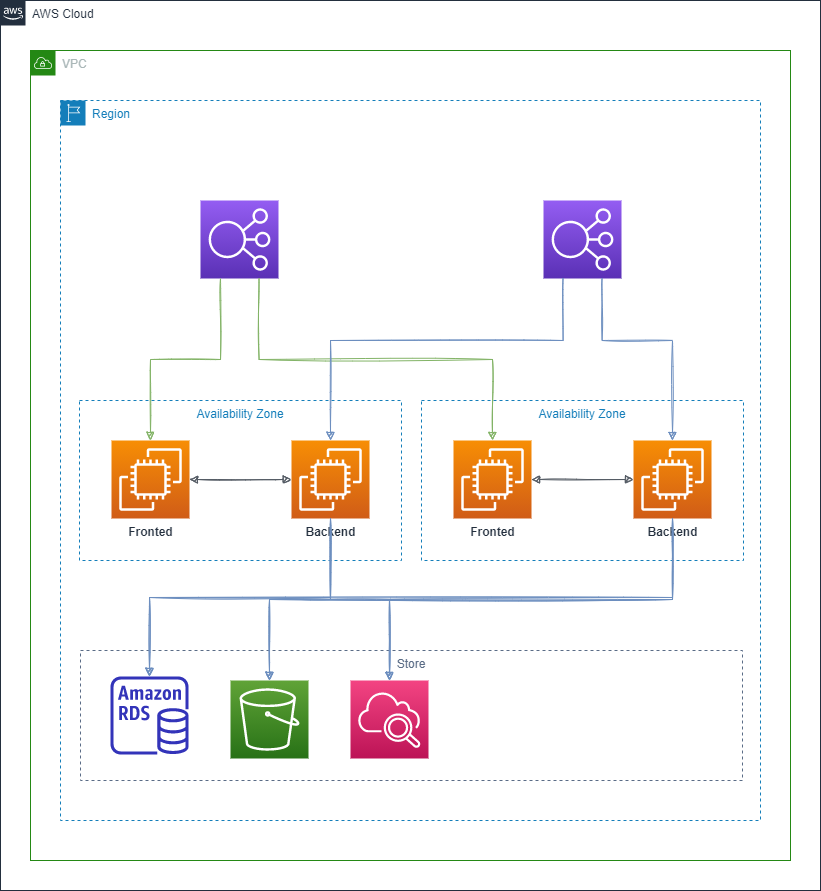
Earlier version of the draw.io export AWS Infra Artchitecture Diagram.png (chankamlam/demo). Source tidied: cells renumbered, new cells last; positions are measured from the earlier drawing's top-left corner, leaving out a move shared by most shapes.
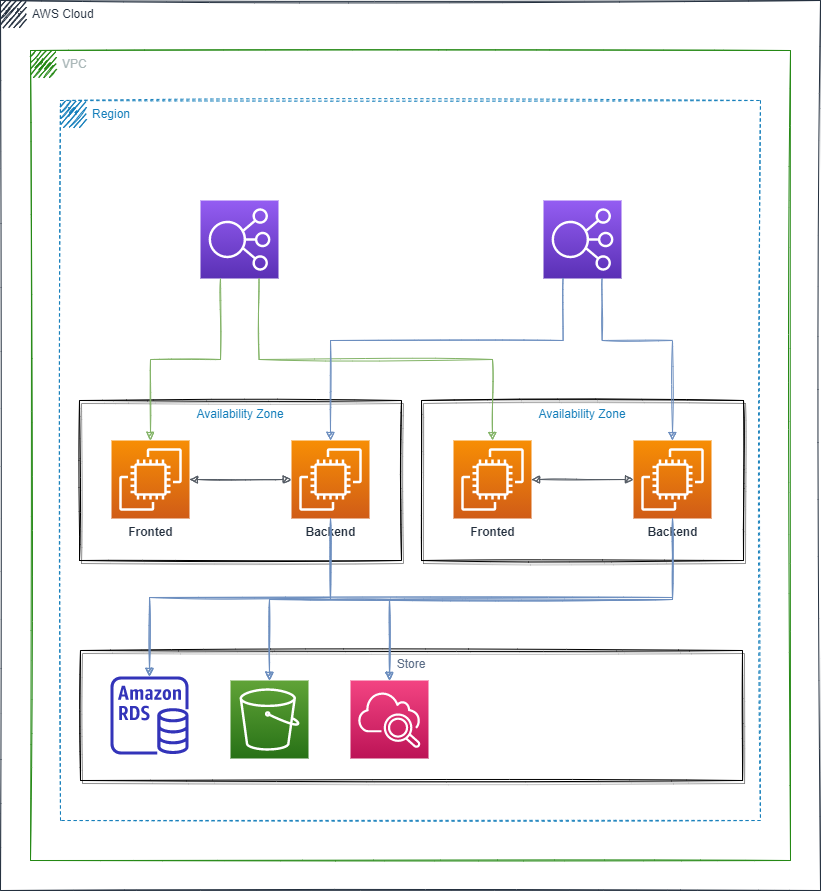
After the change.

Diff of the diagram source:
```diff
@@ -2,16 +2,16 @@
   <root>
     <mxCell id="0" />
     <mxCell id="1" parent="0" />
-    <mxCell id="2" value="AWS Cloud" style="gradientColor=none;html=1;whiteSpace=wrap;fontSize=12;fontStyle=0;shape=mxgraph.aws4.group;grIcon=mxgraph.aws4.group_aws_cloud_alt;strokeColor=#232F3E;fillColor=none;verticalAlign=top;align=left;spacingLeft=30;fontColor=#232F3E;dashed=0;" parent="1" vertex="1">
+    <mxCell id="2" value="AWS Cloud" style="gradientColor=none;html=1;whiteSpace=wrap;fontSize=12;fontStyle=0;shape=mxgraph.aws4.group;grIcon=mxgraph.aws4.group_aws_cloud_alt;strokeColor=#232F3E;fillColor=none;verticalAlign=top;align=left;spacingLeft=30;fontColor=#232F3E;dashed=0;sketch=1;shadow=0;" parent="1" vertex="1">
       <mxGeometry width="820" height="890" as="geometry" />
     </mxCell>
-    <mxCell id="3" value="VPC" style="gradientColor=none;html=1;whiteSpace=wrap;fontSize=12;fontStyle=0;shape=mxgraph.aws4.group;grIcon=mxgraph.aws4.group_vpc;strokeColor=#248814;fillColor=none;verticalAlign=top;align=left;spacingLeft=30;fontColor=#AAB7B8;dashed=0;" parent="1" vertex="1">
+    <mxCell id="3" value="VPC" style="gradientColor=none;html=1;whiteSpace=wrap;fontSize=12;fontStyle=0;shape=mxgraph.aws4.group;grIcon=mxgraph.aws4.group_vpc;strokeColor=#248814;fillColor=none;verticalAlign=top;align=left;spacingLeft=30;fontColor=#AAB7B8;dashed=0;sketch=1;" parent="1" vertex="1">
       <mxGeometry x="30" y="50" width="760" height="810" as="geometry" />
     </mxCell>
-    <mxCell id="4" value="Region" style="gradientColor=none;html=1;whiteSpace=wrap;fontSize=12;fontStyle=0;shape=mxgraph.aws4.group;grIcon=mxgraph.aws4.group_region;strokeColor=#147EBA;fillColor=none;verticalAlign=top;align=left;spacingLeft=30;fontColor=#147EBA;dashed=1;" parent="1" vertex="1">
+    <mxCell id="4" value="Region" style="gradientColor=none;html=1;whiteSpace=wrap;fontSize=12;fontStyle=0;shape=mxgraph.aws4.group;grIcon=mxgraph.aws4.group_region;strokeColor=#147EBA;fillColor=none;verticalAlign=top;align=left;spacingLeft=30;fontColor=#147EBA;dashed=1;sketch=1;" parent="1" vertex="1">
       <mxGeometry x="60" y="100" width="700" height="720" as="geometry" />
     </mxCell>
-    <mxCell id="5" value="Availability Zone" style="fillColor=none;strokeColor=#147EBA;dashed=1;verticalAlign=top;fontStyle=0;fontColor=#147EBA;" parent="1" vertex="1">
+    <mxCell id="5" value="Availability Zone" style="fillColor=none;verticalAlign=top;fontStyle=0;fontColor=#147EBA;sketch=1;shadow=1;rounded=0;" parent="1" vertex="1">
       <mxGeometry x="79" y="400" width="322" height="160" as="geometry" />
     </mxCell>
     <mxCell id="6" value="&lt;b&gt;Fronted&lt;/b&gt;" style="points=[[0,0,0],[0.25,0,0],[0.5,0,0],[0.75,0,0],[1,0,0],[0,1,0],[0.25,1,0],[0.5,1,0],[0.75,1,0],[1,1,0],[0,0.25,0],[0,0.5,0],[0,0.75,0],[1,0.25,0],[1,0.5,0],[1,0.75,0]];outlineConnect=0;fontColor=#232F3E;gradientColor=#F78E04;gradientDirection=north;fillColor=#D05C17;strokeColor=#ffffff;dashed=0;verticalLabelPosition=bottom;verticalAlign=top;align=center;html=1;fontSize=12;fontStyle=0;shape=mxgraph.aws4.resourceIcon;resIcon=mxgraph.aws4.ec2;" parent="1" vertex="1">
@@ -23,7 +23,7 @@
     <mxCell id="8" style="edgeStyle=orthogonalEdgeStyle;html=1;endArrow=block;elbow=vertical;startArrow=block;startFill=1;endFill=1;strokeColor=#545B64;rounded=0;entryX=0;entryY=0.5;entryDx=0;entryDy=0;entryPerimeter=0;sketch=1;" parent="1" edge="1" source="6" target="7">
       <mxGeometry relative="1" as="geometry" />
     </mxCell>
-    <mxCell id="9" value="Availability Zone" style="fillColor=none;strokeColor=#147EBA;dashed=1;verticalAlign=top;fontStyle=0;fontColor=#147EBA;" parent="1" vertex="1">
+    <mxCell id="9" value="Availability Zone" style="fillColor=none;verticalAlign=top;fontStyle=0;fontColor=#147EBA;sketch=1;shadow=1;rounded=0;" parent="1" vertex="1">
       <mxGeometry x="421" y="400" width="322" height="160" as="geometry" />
     </mxCell>
     <mxCell id="10" value="&lt;b&gt;Fronted&lt;/b&gt;" style="points=[[0,0,0],[0.25,0,0],[0.5,0,0],[0.75,0,0],[1,0,0],[0,1,0],[0.25,1,0],[0.5,1,0],[0.75,1,0],[1,1,0],[0,0.25,0],[0,0.5,0],[0,0.75,0],[1,0.25,0],[1,0.5,0],[1,0.75,0]];outlineConnect=0;fontColor=#232F3E;gradientColor=#F78E04;gradientDirection=north;fillColor=#D05C17;strokeColor=#ffffff;dashed=0;verticalLabelPosition=bottom;verticalAlign=top;align=center;html=1;fontSize=12;fontStyle=0;shape=mxgraph.aws4.resourceIcon;resIcon=mxgraph.aws4.ec2;" parent="1" vertex="1">
@@ -35,7 +35,7 @@
     <mxCell id="12" style="edgeStyle=orthogonalEdgeStyle;html=1;endArrow=block;elbow=vertical;startArrow=block;startFill=1;endFill=1;strokeColor=#545B64;rounded=0;entryX=0;entryY=0.5;entryDx=0;entryDy=0;entryPerimeter=0;sketch=1;" parent="1" edge="1" source="10" target="11">
       <mxGeometry relative="1" as="geometry" />
     </mxCell>
-    <mxCell id="13" value="Store" style="fillColor=none;strokeColor=#5A6C86;dashed=1;verticalAlign=top;fontStyle=0;fontColor=#5A6C86;" parent="1" vertex="1">
+    <mxCell id="13" value="Store" style="fillColor=none;verticalAlign=top;fontStyle=0;fontColor=#5A6C86;sketch=1;shadow=1;rounded=0;" parent="1" vertex="1">
       <mxGeometry x="80" y="650" width="662" height="130" as="geometry" />
     </mxCell>
     <mxCell id="14" style="outlineConnect=0;fontColor=#232F3E;gradientColor=none;fillColor=#3334B9;strokeColor=none;dashed=0;verticalLabelPosition=bottom;verticalAlign=top;align=center;html=1;fontSize=12;fontStyle=0;shape=mxgraph.aws4.rds_instance;" parent="1" vertex="1">
@@ -50,7 +50,7 @@
     <mxCell id="17" style="points=[[0,0,0],[0.25,0,0],[0.5,0,0],[0.75,0,0],[1,0,0],[0,1,0],[0.25,1,0],[0.5,1,0],[0.75,1,0],[1,1,0],[0,0.25,0],[0,0.5,0],[0,0.75,0],[1,0.25,0],[1,0.5,0],[1,0.75,0]];outlineConnect=0;fontColor=#232F3E;gradientColor=#945DF2;gradientDirection=north;fillColor=#5A30B5;strokeColor=#ffffff;dashed=0;verticalLabelPosition=bottom;verticalAlign=top;align=center;html=1;fontSize=12;fontStyle=0;shape=mxgraph.aws4.resourceIcon;resIcon=mxgraph.aws4.elastic_load_balancing;" parent="1" vertex="1">
       <mxGeometry x="200" y="200" width="78" height="78" as="geometry" />
     </mxCell>
-    <mxCell id="18" style="points=[[0,0,0],[0.25,0,0],[0.5,0,0],[0.75,0,0],[1,0,0],[0,1,0],[0.25,1,0],[0.5,1,0],[0.75,1,0],[1,1,0],[0,0.25,0],[0,0.5,0],[0,0.75,0],[1,0.25,0],[1,0.5,0],[1,0.75,0]];outlineConnect=0;fontColor=#232F3E;gradientColor=#945DF2;gradientDirection=north;fillColor=#5A30B5;strokeColor=#ffffff;dashed=0;verticalLabelPosition=bottom;verticalAlign=top;align=center;html=1;fontSize=12;fontStyle=0;shape=mxgraph.aws4.resourceIcon;resIcon=mxgraph.aws4.elastic_load_balancing;" parent="1" vertex="1">
+    <mxCell id="18" style="points=[[0,0,0],[0.25,0,0],[0.5,0,0],[0.75,0,0],[1,0,0],[0,1,0],[0.25,1,0],[0.5,1,0],[0.75,1,0],[1,1,0],[0,0.25,0],[0,0.5,0],[0,0.75,0],[1,0.25,0],[1,0.5,0],[1,0.75,0]];outlineConnect=0;fontColor=#232F3E;gradientColor=#945DF2;gradientDirection=north;fillColor=#5A30B5;strokeColor=#ffffff;dashed=0;verticalLabelPosition=bottom;verticalAlign=top;align=center;html=1;fontSize=12;fontStyle=0;shape=mxgraph.aws4.resourceIcon;resIcon=mxgraph.aws4.elastic_load_balancing;sketch=0;shadow=0;" parent="1" vertex="1">
       <mxGeometry x="543" y="200" width="78" height="78" as="geometry" />
     </mxCell>
     <mxCell id="19" style="edgeStyle=orthogonalEdgeStyle;html=1;endArrow=block;elbow=vertical;startArrow=none;endFill=1;strokeColor=#82b366;rounded=0;entryX=0.5;entryY=0;entryDx=0;entryDy=0;entryPerimeter=0;fillColor=#d5e8d4;sketch=1;" parent="1" edge="1" source="17" target="6">
```
